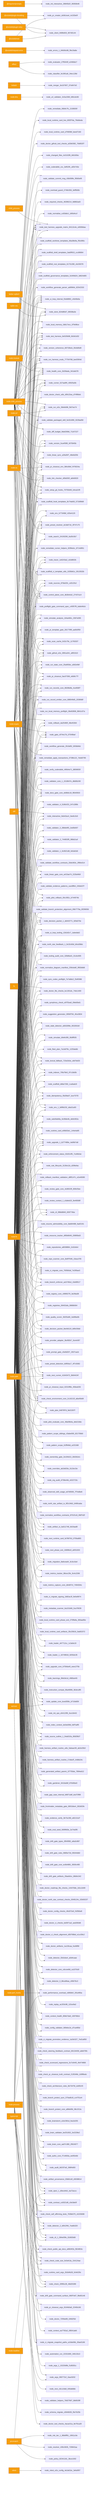
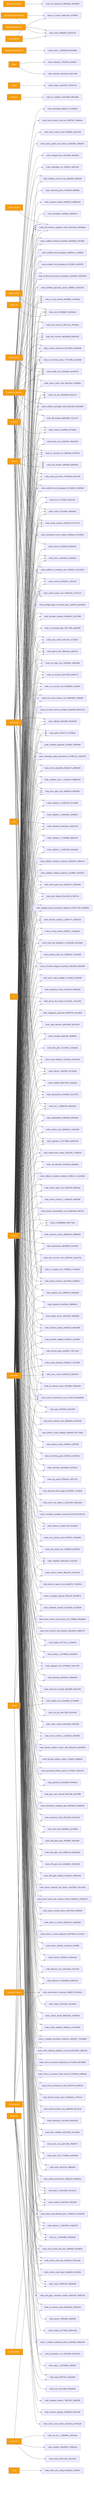
graph LR
  ext_inquirer_prompts_4d547149["@inquirer/prompts"] --> node_init_interactive_28845b2f_39350b46
  ext_octokit_plugin_retry_c9aecc53["@octokit/plugin-retry"] --> node_client_948fe603_907d5144
  ext_octokit_plugin_throttling_7909ece3["@octokit/plugin-throttling"] --> node_client_948fe603_907d5144
  ext_octokit_plugin_throttling_7909ece3["@octokit/plugin-throttling"] --> node_pr_creator_dc6b1ea4_4c333e0f
  ext_octokit_request_error_98ae13cc["@octokit/request-error"] --> node_errors_1_84b56c88_f9e19a8e
  ext_octokit_rest_c6e4d192["@octokit/rest"] --> node_client_948fe603_907d5144
  ext_octokit_rest_c6e4d192["@octokit/rest"] --> node_pr_creator_dc6b1ea4_4c333e0f
  ext_better_sqlite3_d7ed8f1a["better-sqlite3"] --> node_store_824d80d7_69038a3e
  ext_child_process_4845fa97["child_process"] --> node_test_harness_upgrade_matrix_84113c4e_e0838daa
  ext_diff_75a0ee1b["diff"] --> node_interactive_0eb42ac4_3ee6c3c6
  ext_effect_68d1dae1["effect"] --> node_classifier_fe1991a9_34ec128d
  ext_effect_68d1dae1["effect"] --> node_evaluator_27f6343f_e2466dc7
  ext_fs_3f4bb586["fs"] --> node_doctor_file_checks_bc1301dc_74dc1400
  ext_lodash_901466a5["lodash"] --> node_merger_3e167607_07e847e5
  ext_node_child_process_f62b7d19["node:child_process"] --> node_branch_enforcer_acb749cd_10e89517
  ext_node_child_process_f62b7d19["node:child_process"] --> node_changed_files_4c0102f6_bfd165bc
  ext_node_child_process_f62b7d19["node:child_process"] --> node_check_environment_core_2c16213f_a8a456d9
  ext_node_child_process_f62b7d19["node:child_process"] --> node_ci_migrate_core_7005b5af_7e295ae3
  ext_node_child_process_f62b7d19["node:child_process"] --> node_control_plane_core_db3b4cb2_27437a14
  ext_node_child_process_f62b7d19["node:child_process"] --> node_diff_budget_9da0268d_71167227
  ext_node_child_process_f62b7d19["node:child_process"] --> node_docs_gate_core_eb9b6c18_f8540503
  ext_node_child_process_f62b7d19["node:child_process"] --> node_doctor_check_utils_d0fc22ea_d74f86eb
  ext_node_child_process_f62b7d19["node:child_process"] --> node_doctor_github_tool_checks_a53b0382_76d832f7
  ext_node_child_process_f62b7d19["node:child_process"] --> node_github_e2e_2891a341_af6f1610
  ext_node_child_process_f62b7d19["node:child_process"] --> node_health_core_2b2fdada_341de678
  ext_node_child_process_f62b7d19["node:child_process"] --> node_linear_gate_core_a415ae74_222bd4b9
  ext_node_child_process_f62b7d19["node:child_process"] --> node_link_checker_d0fa555f_abfe9020
  ext_node_child_process_f62b7d19["node:child_process"] --> node_local_memory_0db17ecc_97fe98ce
  ext_node_child_process_f62b7d19["node:child_process"] --> node_local_runtime_card_d7fd59bf_beed7160
  ext_node_child_process_f62b7d19["node:child_process"] --> node_local_runtime_card_live_65f2f7da_7feb6eda
  ext_node_child_process_f62b7d19["node:child_process"] --> node_next_runner_41643472_9b94424f
  ext_node_child_process_f62b7d19["node:child_process"] --> node_pr_closeout_0ac07306_e8d9c77f
  ext_node_child_process_f62b7d19["node:child_process"] --> node_pr_closeout_env_9bfcd9ef_f476024a
  ext_node_child_process_f62b7d19["node:child_process"] --> node_remediate_06b9c7fc_2158505f
  ext_node_child_process_f62b7d19["node:child_process"] --> node_run_e2e_39efe696_fb07ee74
  ext_node_child_process_f62b7d19["node:child_process"] --> node_run_harness_evals_77704768_ba42904d
  ext_node_child_process_f62b7d19["node:child_process"] --> node_runner_527aa9f4_40925a5b
  ext_node_child_process_f62b7d19["node:child_process"] --> node_scaffold_hook_templates_8c74ab50_572d99d9
  ext_node_child_process_f62b7d19["node:child_process"] --> node_search_24193290_6a30c5b7
  ext_node_child_process_f62b7d19["node:child_process"] --> node_setup_git_hooks_70750d40_b4ca2cf9
  ext_node_child_process_f62b7d19["node:child_process"] --> node_test_harness_6e520b98_6b3d1d32
  ext_node_child_process_f62b7d19["node:child_process"] --> node_test_harness_upgrade_matrix_84113c4e_e0838daa
  ext_node_child_process_f62b7d19["node:child_process"] --> node_ui_loop_internal_f2eb8892_c4b49e6a
  ext_node_child_process_f62b7d19["node:child_process"] --> node_validate_commit_msg_43b008fe_f9560ef9
  ext_node_child_process_f62b7d19["node:child_process"] --> node_validate_packaged_skill_5e32c890_9228ad58
  ext_node_child_process_f62b7d19["node:child_process"] --> node_version_coherence_69733bcb_00c8d5d9
  ext_node_crypto_c7dfc512["node:crypto"] --> node_artifact_io_ba511748_6d1faad8
  ext_node_crypto_c7dfc512["node:crypto"] --> node_check_environment_core_2c16213f_a8a456d9
  ext_node_crypto_c7dfc512["node:crypto"] --> node_ci_migrate_signing_2d82ac3f_9e5e8974
  ext_node_crypto_c7dfc512["node:crypto"] --> node_control_plane_core_db3b4cb2_27437a14
  ext_node_crypto_c7dfc512["node:crypto"] --> node_decision_packet_1_dd443771_92fa570e
  ext_node_crypto_c7dfc512["node:crypto"] --> node_decision_packet_8ee9d119_b89c59dd
  ext_node_crypto_c7dfc512["node:crypto"] --> node_docs_gate_core_eb9b6c18_f8540503
  ext_node_crypto_c7dfc512["node:crypto"] --> node_enforcement_status_92d314f5_7cd48cbe
  ext_node_crypto_c7dfc512["node:crypto"] --> node_env_b77349bf_420e4120
  ext_node_crypto_c7dfc512["node:crypto"] --> node_gate_c974e17b_07549baf
  ext_node_crypto_c7dfc512["node:crypto"] --> node_idempotency_f5d39a07_bce757f2
  ext_node_crypto_c7dfc512["node:crypto"] --> node_indexer_70fa78e5_97c1bb0b
  ext_node_crypto_c7dfc512["node:crypto"] --> node_lexical_fallback_723e2b3e_cdb7bd33
  ext_node_crypto_c7dfc512["node:crypto"] --> node_linear_sync_a2fa2bf7_48e6d20b
  ext_node_crypto_c7dfc512["node:crypto"] --> node_link_checker_d0fa555f_abfe9020
  ext_node_crypto_c7dfc512["node:crypto"] --> node_migration_8a6cead4_3c3cc0a4
  ext_node_crypto_c7dfc512["node:crypto"] --> node_normalise_cc83ddc1_b95d4ccf
  ext_node_crypto_c7dfc512["node:crypto"] --> node_normalize_diagram_manifest_259cbddf_3f92b8d6
  ext_node_crypto_c7dfc512["node:crypto"] --> node_north_star_feedback_1_9c32c60d_b0cd38dc
  ext_node_crypto_c7dfc512["node:crypto"] --> node_pilot_rollback_00c1f82c_b744974b
  ext_node_crypto_c7dfc512["node:crypto"] --> node_preset_resolver_dc3dd716_3f747c75
  ext_node_crypto_c7dfc512["node:crypto"] --> node_remediate_apply_transactions_0738b122_7ebd0795
  ext_node_crypto_c7dfc512["node:crypto"] --> node_required_checks_46396214_9d882ad3
  ext_node_crypto_c7dfc512["node:crypto"] --> node_rollback_da25480f_48e45364
  ext_node_crypto_c7dfc512["node:crypto"] --> node_run_record_emitter_core_688049d5_2036fd6f
  ext_node_crypto_c7dfc512["node:crypto"] --> node_run_records_core_89286dfa_4ce958f7
  ext_node_crypto_c7dfc512["node:crypto"] --> node_run_state_core_25a955bc_a562e9bf
  ext_node_crypto_c7dfc512["node:crypto"] --> node_scan_cache_fc02c79c_11793337
  ext_node_crypto_c7dfc512["node:crypto"] --> node_simulate_analysis_164a460c_2367e095
  ext_node_crypto_c7dfc512["node:crypto"] --> node_sources_878a52fc_cd312fcd
  ext_node_crypto_c7dfc512["node:crypto"] --> node_test_harness_upgrade_matrix_84113c4e_e0838daa
  ext_node_crypto_c7dfc512["node:crypto"] --> node_tracer_1e6243a2_cb3d802b
  ext_node_crypto_c7dfc512["node:crypto"] --> node_ui_loop_internal_f2eb8892_c4b49e6a
  ext_node_crypto_c7dfc512["node:crypto"] --> node_upgrade_1_b277486e_4a06b7a8
  ext_node_dns_828a0bbf["node:dns"] --> node_url_validator_3c5a1568_b9b1dc66
  ext_node_fs_a15b7d96["node:fs"] --> node_artifact_io_ba511748_6d1faad8
  ext_node_fs_a15b7d96["node:fs"] --> node_artifact_provenance_03b81cbf_d3038614
  ext_node_fs_a15b7d96["node:fs"] --> node_audit_b81f37a0_398f4d93
  ext_node_fs_a15b7d96["node:fs"] --> node_authz_core_f714650a_ee0f2e9d
  ext_node_fs_a15b7d96["node:fs"] --> node_brain_core_aa07c380_2f924977
  ext_node_fs_a15b7d96["node:fs"] --> node_brain_validator_be251832_2e2228e2
  ext_node_fs_a15b7d96["node:fs"] --> node_brainstorm_e2e2381d_fea1b255
  ext_node_fs_a15b7d96["node:fs"] --> node_branch_enforcer_acb749cd_10e89517
  ext_node_fs_a15b7d96["node:fs"] --> node_branch_protect_core_a8feb0fd_38c1f12a
  ext_node_fs_a15b7d96["node:fs"] --> node_branch_protect_sync_570adb18_cc4751e4
  ext_node_fs_a15b7d96["node:fs"] --> node_check_20f65c28_48d25399
  ext_node_fs_a15b7d96["node:fs"] --> node_check_architecture_rules_6b7347fd_dc8f2cf3
  ext_node_fs_a15b7d96["node:fs"] --> node_check_code_size_9c5efc3a_154124ae
  ext_node_fs_a15b7d96["node:fs"] --> node_check_environment_core_2c16213f_a8a456d9
  ext_node_fs_a15b7d96["node:fs"] --> node_check_pr_closeout_truth_contract_f135348c_b39f6edc
  ext_node_fs_a15b7d96["node:fs"] --> node_check_public_api_docs_a9604f1b_f824853c
  ext_node_fs_a15b7d96["node:fs"] --> node_check_scorecard_regressions_5c7c6445_4b474868
  ext_node_fs_a15b7d96["node:fs"] --> node_check_self_affirming_tests_7638e575_c6155698
  ext_node_fs_a15b7d96["node:fs"] --> node_check_steering_feedback_contract_80134459_abb076fc
  ext_node_fs_a15b7d96["node:fs"] --> node_ci_migrate_core_7005b5af_7e295ae3
  ext_node_fs_a15b7d96["node:fs"] --> node_ci_migrate_promotion_evidence_1a2dc527_7ed1a850
  ext_node_fs_a15b7d96["node:fs"] --> node_cli_1_084e05fe_02d92b68
  ext_node_fs_a15b7d96["node:fs"] --> node_cli_99bb8840_659774ba
  ext_node_fs_a15b7d96["node:fs"] --> node_config_validator_669ebc2e_d7ca485d
  ext_node_fs_a15b7d96["node:fs"] --> node_context_health_80bb7da9_169768cb
  ext_node_fs_a15b7d96["node:fs"] --> node_contract_cc8321d6_c0e3de0f
  ext_node_fs_a15b7d96["node:fs"] --> node_control_plane_core_db3b4cb2_27437a14
  ext_node_fs_a15b7d96["node:fs"] --> node_decision_packet_1_dd443771_92fa570e
  ext_node_fs_a15b7d96["node:fs"] --> node_decision_packet_8ee9d119_b89c59dd
  ext_node_fs_a15b7d96["node:fs"] --> node_detector_2_b0fc2f46_7ea6b320
  ext_node_fs_a15b7d96["node:fs"] --> node_detector_3_86ca96aa_c95676c3
  ext_node_fs_a15b7d96["node:fs"] --> node_detector_core_cdccee8d_ca107dc8
  ext_node_fs_a15b7d96["node:fs"] --> node_detector_f2b3cbe4_a0d4caae
  ext_node_fs_a15b7d96["node:fs"] --> node_diff_budget_9da0268d_71167227
  ext_node_fs_a15b7d96["node:fs"] --> node_docs_gate_core_eb9b6c18_f8540503
  ext_node_fs_a15b7d96["node:fs"] --> node_doctor_artifacts_1a126caa_fcefdf99
  ext_node_fs_a15b7d96["node:fs"] --> node_doctor_check_utils_d0fc22ea_d74f86eb
  ext_node_fs_a15b7d96["node:fs"] --> node_doctor_ci_check_alignment_d50768bd_e1cc59c2
  ext_node_fs_a15b7d96["node:fs"] --> node_doctor_ci_checks_bd3971a2_aed260d6
  ext_node_fs_a15b7d96["node:fs"] --> node_doctor_config_checks_49c872e0_f42fb5e8
  ext_node_fs_a15b7d96["node:fs"] --> node_doctor_file_checks_bc1301dc_74dc1400
  ext_node_fs_a15b7d96["node:fs"] --> node_doctor_north_star_contract_checks_0048124c_02b00237
  ext_node_fs_a15b7d96["node:fs"] --> node_doctor_roadmap_file_checks_14447b8e_2d1c2d49
  ext_node_fs_a15b7d96["node:fs"] --> node_drift_gate_artifacts_29aeb0cc_86b9c342
  ext_node_fs_a15b7d96["node:fs"] --> node_drift_gate_core_ec6b4881_9500c485
  ext_node_fs_a15b7d96["node:fs"] --> node_drift_gate_rules_9685e72d_95044db0
  ext_node_fs_a15b7d96["node:fs"] --> node_drift_gate_types_3f045f82_a9a3c987
  ext_node_fs_a15b7d96["node:fs"] --> node_eject_1_d0ecd4d1_ba72accc
  ext_node_fs_a15b7d96["node:fs"] --> node_enforcement_status_92d314f5_7cd48cbe
  ext_node_fs_a15b7d96["node:fs"] --> node_env_1_b6f6b232_dda31a93
  ext_node_fs_a15b7d96["node:fs"] --> node_env_b77349bf_420e4120
  ext_node_fs_a15b7d96["node:fs"] --> node_eval_seed_5699fd3e_2a74a5f6
  ext_node_fs_a15b7d96["node:fs"] --> node_evidence_verify_3b73c290_e82131d7
  ext_node_fs_a15b7d96["node:fs"] --> node_fleet_plan_7a1dd79c_1225abdb
  ext_node_fs_a15b7d96["node:fs"] --> node_frontmatter_metadata_gate_6901bbe4_282d02fe
  ext_node_fs_a15b7d96["node:fs"] --> node_gap_case_internal_b9871ddf_dcd73f98
  ext_node_fs_a15b7d96["node:fs"] --> node_gardener_9416a9df_87b06be0
  ext_node_fs_a15b7d96["node:fs"] --> node_gate_c974e17b_07549baf
  ext_node_fs_a15b7d96["node:fs"] --> node_generated_artifact_parent_1f7755de_7894ed12
  ext_node_fs_a15b7d96["node:fs"] --> node_github_e2e_2891a341_af6f1610
  ext_node_fs_a15b7d96["node:fs"] --> node_harness_artifact_routine_17afacff_14dbb24c
  ext_node_fs_a15b7d96["node:fs"] --> node_harness_artifact_routine_utils_5abaac59_ab2e20b3
  ext_node_fs_a15b7d96["node:fs"] --> node_health_core_2b2fdada_341de678
  ext_node_fs_a15b7d96["node:fs"] --> node_idempotency_f5d39a07_bce757f2
  ext_node_fs_a15b7d96["node:fs"] --> node_index_context_de3ed39d_6df7adf5
  ext_node_fs_a15b7d96["node:fs"] --> node_indexer_70fa78e5_97c1bb0b
  ext_node_fs_a15b7d96["node:fs"] --> node_init_ops_e54123f9_3ce18443
  ext_node_fs_a15b7d96["node:fs"] --> node_instruction_compat_06a469fd_3b3e1df0
  ext_node_fs_a15b7d96["node:fs"] --> node_interactive_0eb42ac4_3ee6c3c6
  ext_node_fs_a15b7d96["node:fs"] --> node_learnings_9feb3e1d_4980a445
  ext_node_fs_a15b7d96["node:fs"] --> node_lexical_fallback_723e2b3e_cdb7bd33
  ext_node_fs_a15b7d96["node:fs"] --> node_linear_gate_core_a415ae74_222bd4b9
  ext_node_fs_a15b7d96["node:fs"] --> node_linear_sync_a2fa2bf7_48e6d20b
  ext_node_fs_a15b7d96["node:fs"] --> node_link_checker_d0fa555f_abfe9020
  ext_node_fs_a15b7d96["node:fs"] --> node_loader_1_16749818_9255dc35
  ext_node_fs_a15b7d96["node:fs"] --> node_loader_d47712cc_1c3a0e19
  ext_node_fs_a15b7d96["node:fs"] --> node_local_memory_0db17ecc_97fe98ce
  ext_node_fs_a15b7d96["node:fs"] --> node_local_runtime_card_artifacts_35c25816_0ad02372
  ext_node_fs_a15b7d96["node:fs"] --> node_local_runtime_card_phase_exit_275ffa9a_383aa95e
  ext_node_fs_a15b7d96["node:fs"] --> node_metadata_scanner_6a101b66_5ca79039
  ext_node_fs_a15b7d96["node:fs"] --> node_metrics_capture_core_db4bf7cf_7494304c
  ext_node_fs_a15b7d96["node:fs"] --> node_metrics_tracker_98cec29c_9c4c2266
  ext_node_fs_a15b7d96["node:fs"] --> node_migration_8a6cead4_3c3cc0a4
  ext_node_fs_a15b7d96["node:fs"] --> node_next_phase_exit_1fd996c9_a5f31003
  ext_node_fs_a15b7d96["node:fs"] --> node_next_runner_41643472_9b94424f
  ext_node_fs_a15b7d96["node:fs"] --> node_next_runtime_card_fa7867b3_0756a883
  ext_node_fs_a15b7d96["node:fs"] --> node_normalize_diagram_manifest_259cbddf_3f92b8d6
  ext_node_fs_a15b7d96["node:fs"] --> node_normalize_workflow_contracts_8701f1c8_0fdf7d2f
  ext_node_fs_a15b7d96["node:fs"] --> node_north_star_artifact_io_9f2c34b2_6490caba
  ext_node_fs_a15b7d96["node:fs"] --> node_north_star_feedback_1_9c32c60d_b0cd38dc
  ext_node_fs_a15b7d96["node:fs"] --> node_observed_skill_usage_ed7d5930_7f7edbe6
  ext_node_fs_a15b7d96["node:fs"] --> node_org_audit_d739e44b_e522723c
  ext_node_fs_a15b7d96["node:fs"] --> node_overrides_ab2dd33e_6115e15e
  ext_node_fs_a15b7d96["node:fs"] --> node_ownership_gate_2e194d13_2b02b2e1
  ext_node_fs_a15b7d96["node:fs"] --> node_pattern_scope_61ff946d_a1f21fd8
  ext_node_fs_a15b7d96["node:fs"] --> node_pattern_scope_siblings_43abe000_821756b0
  ext_node_fs_a15b7d96["node:fs"] --> node_pilot_evaluate_core_48a59b4a_deb218dc
  ext_node_fs_a15b7d96["node:fs"] --> node_pilot_rollback_00c1f82c_b744974b
  ext_node_fs_a15b7d96["node:fs"] --> node_plan_64879f7d_9e01597f
  ext_node_fs_a15b7d96["node:fs"] --> node_pr_closeout_0ac07306_e8d9c77f
  ext_node_fs_a15b7d96["node:fs"] --> node_pr_closeout_env_9bfcd9ef_f476024a
  ext_node_fs_a15b7d96["node:fs"] --> node_pr_closeout_input_02319f8e_456ea535
  ext_node_fs_a15b7d96["node:fs"] --> node_pr_template_gate_281778f9_aa0b3f59
  ext_node_fs_a15b7d96["node:fs"] --> node_preflight_gate_command_spec_c45f57f0_bdeb46cb
  ext_node_fs_a15b7d96["node:fs"] --> node_preset_detection_b0f00a17_4f7c5082
  ext_node_fs_a15b7d96["node:fs"] --> node_preset_resolver_dc3dd716_3f747c75
  ext_node_fs_a15b7d96["node:fs"] --> node_prompt_gate_c5e9d207_2927cacb
  ext_node_fs_a15b7d96["node:fs"] --> node_provider_adapter_3bcf82b7_3ce4cf67
  ext_node_fs_a15b7d96["node:fs"] --> node_quality_scorer_362f2a90_2a086a0b
  ext_node_fs_a15b7d96["node:fs"] --> node_registries_06402afa_0868b564
  ext_node_fs_a15b7d96["node:fs"] --> node_registry_core_c9990279_3e2fda38
  ext_node_fs_a15b7d96["node:fs"] --> node_remediate_apply_transactions_0738b122_7ebd0795
  ext_node_fs_a15b7d96["node:fs"] --> node_remediate_runner_helpers_929fedcc_8714d951
  ext_node_fs_a15b7d96["node:fs"] --> node_repo_scanner_core_8e9f7646_10aca705
  ext_node_fs_a15b7d96["node:fs"] --> node_repositories_a8038884_2c62efe4
  ext_node_fs_a15b7d96["node:fs"] --> node_resource_tracker_d95b6649_20895bd3
  ext_node_fs_a15b7d96["node:fs"] --> node_resume_admissibility_core_8ab84488_faaf2191
  ext_node_fs_a15b7d96["node:fs"] --> node_review_context_1_e3afed15_9e46568f
  ext_node_fs_a15b7d96["node:fs"] --> node_review_gate_core_4c8001f9_809cf3ee
  ext_node_fs_a15b7d96["node:fs"] --> node_rollback_da25480f_48e45364
  ext_node_fs_a15b7d96["node:fs"] --> node_rollback_manifest_validation_d8f5147c_e2e46585
  ext_node_fs_a15b7d96["node:fs"] --> node_rule_lifecycle_3130e11b_d296efac
  ext_node_fs_a15b7d96["node:fs"] --> node_run_e2e_39efe696_fb07ee74
  ext_node_fs_a15b7d96["node:fs"] --> node_run_harness_evals_77704768_ba42904d
  ext_node_fs_a15b7d96["node:fs"] --> node_run_record_emitter_core_688049d5_2036fd6f
  ext_node_fs_a15b7d96["node:fs"] --> node_run_records_core_89286dfa_4ce958f7
  ext_node_fs_a15b7d96["node:fs"] --> node_run_state_core_25a955bc_a562e9bf
  ext_node_fs_a15b7d96["node:fs"] --> node_runner_527aa9f4_40925a5b
  ext_node_fs_a15b7d96["node:fs"] --> node_runtime_card_e06b53e1_144e4a95
  ext_node_fs_a15b7d96["node:fs"] --> node_satisfiability_6c08de4b_de8c902a
  ext_node_fs_a15b7d96["node:fs"] --> node_scaffold_ci_template_utils_1035b61c_0513532b
  ext_node_fs_a15b7d96["node:fs"] --> node_scaffold_db8a7260_1ca6adc9
  ext_node_fs_a15b7d96["node:fs"] --> node_scaffold_governance_templates_5c949d24_3d624d65
  ext_node_fs_a15b7d96["node:fs"] --> node_scaffold_hook_templates_8c74ab50_572d99d9
  ext_node_fs_a15b7d96["node:fs"] --> node_scaffold_root_templates_61731280_c6c59378
  ext_node_fs_a15b7d96["node:fs"] --> node_scaffold_shell_templates_0ad0f915_ccc86664
  ext_node_fs_a15b7d96["node:fs"] --> node_scaffold_worktree_templates_66a38e9a_ff3c085c
  ext_node_fs_a15b7d96["node:fs"] --> node_scan_cache_fc02c79c_11793337
  ext_node_fs_a15b7d96["node:fs"] --> node_setup_git_hooks_70750d40_b4ca2cf9
  ext_node_fs_a15b7d96["node:fs"] --> node_simulate_analysis_164a460c_2367e095
  ext_node_fs_a15b7d96["node:fs"] --> node_simulate_b9efe395_90dff935
  ext_node_fs_a15b7d96["node:fs"] --> node_source_outline_1_54a631fa_8582fb07
  ext_node_fs_a15b7d96["node:fs"] --> node_sources_878a52fc_cd312fcd
  ext_node_fs_a15b7d96["node:fs"] --> node_stale_detector_a563289e_653281b0
  ext_node_fs_a15b7d96["node:fs"] --> node_store_824d80d7_69038a3e
  ext_node_fs_a15b7d96["node:fs"] --> node_suggestion_generator_0956f794_4fce3834
  ext_node_fs_a15b7d96["node:fs"] --> node_symphony_check_e97f2ea0_09eb5bd1
  ext_node_fs_a15b7d96["node:fs"] --> node_sync_codex_preflight_7e7a8dc2_f2ef0386
  ext_node_fs_a15b7d96["node:fs"] --> node_test_harness_6e520b98_6b3d1d32
  ext_node_fs_a15b7d96["node:fs"] --> node_test_harness_upgrade_matrix_84113c4e_e0838daa
  ext_node_fs_a15b7d96["node:fs"] --> node_tooling_audit_core_328d6a41_01cbc905
  ext_node_fs_a15b7d96["node:fs"] --> node_tracer_1e6243a2_cb3d802b
  ext_node_fs_a15b7d96["node:fs"] --> node_ui_loop_internal_f2eb8892_c4b49e6a
  ext_node_fs_a15b7d96["node:fs"] --> node_ui_loop_tooling_12b2d2c7_1abedab2
  ext_node_fs_a15b7d96["node:fs"] --> node_update_core_bced358c_b710dd59
  ext_node_fs_a15b7d96["node:fs"] --> node_upgrade_1_b277486e_4a06b7a8
  ext_node_fs_a15b7d96["node:fs"] --> node_upgrade_core_b759da40_eeec275b
  ext_node_fs_a15b7d96["node:fs"] --> node_validate_branch_protection_alignment_09b7779a_6f299056
  ext_node_fs_a15b7d96["node:fs"] --> node_validate_commit_msg_43b008fe_f9560ef9
  ext_node_fs_a15b7d96["node:fs"] --> node_validate_evidence_patterns_cacd9fb4_240eb37f
  ext_node_fs_a15b7d96["node:fs"] --> node_validate_packaged_skill_5e32c890_9228ad58
  ext_node_fs_a15b7d96["node:fs"] --> node_validate_workflow_contracts_33dc063c_2f80e314
  ext_node_fs_a15b7d96["node:fs"] --> node_validator_1_0c0621d8_0e5afcb6
  ext_node_fs_a15b7d96["node:fs"] --> node_validator_2_744853f5_98bb2caf
  ext_node_fs_a15b7d96["node:fs"] --> node_validator_3_28b6e9f3_2ed5b007
  ext_node_fs_a15b7d96["node:fs"] --> node_validator_4_5180cf23_247c289b
  ext_node_fs_a15b7d96["node:fs"] --> node_validator_core_1_1518647e_d8d0b249
  ext_node_fs_a15b7d96["node:fs"] --> node_verify_coderabbit_490b4e71_8859655f
  ext_node_fs_a15b7d96["node:fs"] --> node_version_5ca4f385_fd75945b
  ext_node_fs_a15b7d96["node:fs"] --> node_version_coherence_69733bcb_00c8d5d9
  ext_node_fs_a15b7d96["node:fs"] --> node_workflow_generate_2fc0af62_803bbfeb
  ext_node_fs_a15b7d96["node:fs"] --> node_workflow_generate_parser_ad69fefe_62542333
  ext_node_module_ca1b42af["node:module"] --> node_health_core_2b2fdada_341de678
  ext_node_os_d93fe73a["node:os"] --> node_env_1_b6f6b232_dda31a93
  ext_node_os_d93fe73a["node:os"] --> node_github_e2e_2891a341_af6f1610
  ext_node_os_d93fe73a["node:os"] --> node_link_checker_d0fa555f_abfe9020
  ext_node_os_d93fe73a["node:os"] --> node_overload_guard_2748c559_3eff560b
  ext_node_os_d93fe73a["node:os"] --> node_performance_overload_c685bfcf_291ef65a
  ext_node_os_d93fe73a["node:os"] --> node_pr_closeout_env_9bfcd9ef_f476024a
-   ext_node_os_d93fe73a["node:os"] --> node_runner_527aa9f4_40925a5b
  ext_node_os_d93fe73a["node:os"] --> node_test_harness_6e520b98_6b3d1d32
  ext_node_os_d93fe73a["node:os"] --> node_test_harness_upgrade_matrix_84113c4e_e0838daa
  ext_node_path_78811c13["node:path"] --> node_args_090772cf_1bac9202
  ext_node_path_78811c13["node:path"] --> node_args_1_15220d9b_f1d9281c
  ext_node_path_78811c13["node:path"] --> node_artifact_io_ba511748_6d1faad8
  ext_node_path_78811c13["node:path"] --> node_artifact_provenance_03b81cbf_d3038614
  ext_node_path_78811c13["node:path"] --> node_audit_b81f37a0_398f4d93
  ext_node_path_78811c13["node:path"] --> node_authz_core_f714650a_ee0f2e9d
  ext_node_path_78811c13["node:path"] --> node_automation_run_22331800_346133c3
  ext_node_path_78811c13["node:path"] --> node_brain_core_aa07c380_2f924977
  ext_node_path_78811c13["node:path"] --> node_brain_validator_be251832_2e2228e2
  ext_node_path_78811c13["node:path"] --> node_brainstorm_e2e2381d_fea1b255
  ext_node_path_78811c13["node:path"] --> node_branch_enforcer_acb749cd_10e89517
  ext_node_path_78811c13["node:path"] --> node_branch_protect_core_a8feb0fd_38c1f12a
  ext_node_path_78811c13["node:path"] --> node_branch_protect_sync_570adb18_cc4751e4
  ext_node_path_78811c13["node:path"] --> node_check_20f65c28_48d25399
  ext_node_path_78811c13["node:path"] --> node_check_architecture_rules_6b7347fd_dc8f2cf3
  ext_node_path_78811c13["node:path"] --> node_check_code_size_9c5efc3a_154124ae
  ext_node_path_78811c13["node:path"] --> node_check_environment_core_2c16213f_a8a456d9
  ext_node_path_78811c13["node:path"] --> node_check_pr_closeout_truth_contract_f135348c_b39f6edc
  ext_node_path_78811c13["node:path"] --> node_check_public_api_docs_a9604f1b_f824853c
  ext_node_path_78811c13["node:path"] --> node_check_scorecard_regressions_5c7c6445_4b474868
  ext_node_path_78811c13["node:path"] --> node_check_self_affirming_tests_7638e575_c6155698
  ext_node_path_78811c13["node:path"] --> node_check_steering_feedback_contract_80134459_abb076fc
  ext_node_path_78811c13["node:path"] --> node_ci_migrate_core_7005b5af_7e295ae3
  ext_node_path_78811c13["node:path"] --> node_ci_migrate_promotion_evidence_1a2dc527_7ed1a850
  ext_node_path_78811c13["node:path"] --> node_ci_migrate_snapshot_paths_a10de06b_30ae5166
  ext_node_path_78811c13["node:path"] --> node_cli_1_084e05fe_02d92b68
  ext_node_path_78811c13["node:path"] --> node_cli_99bb8840_659774ba
  ext_node_path_78811c13["node:path"] --> node_config_validator_669ebc2e_d7ca485d
  ext_node_path_78811c13["node:path"] --> node_context_ea7792a2_08541ab6
  ext_node_path_78811c13["node:path"] --> node_context_health_80bb7da9_169768cb
  ext_node_path_78811c13["node:path"] --> node_contract_cc8321d6_c0e3de0f
  ext_node_path_78811c13["node:path"] --> node_control_plane_core_db3b4cb2_27437a14
  ext_node_path_78811c13["node:path"] --> node_decision_packet_1_dd443771_92fa570e
  ext_node_path_78811c13["node:path"] --> node_decision_packet_8ee9d119_b89c59dd
  ext_node_path_78811c13["node:path"] --> node_detector_2_b0fc2f46_7ea6b320
  ext_node_path_78811c13["node:path"] --> node_detector_3_86ca96aa_c95676c3
  ext_node_path_78811c13["node:path"] --> node_detector_core_cdccee8d_ca107dc8
  ext_node_path_78811c13["node:path"] --> node_detector_f2b3cbe4_a0d4caae
  ext_node_path_78811c13["node:path"] --> node_docs_gate_core_eb9b6c18_f8540503
  ext_node_path_78811c13["node:path"] --> node_doctor_72f4be89_04fd2f3d
  ext_node_path_78811c13["node:path"] --> node_doctor_artifacts_1a126caa_fcefdf99
  ext_node_path_78811c13["node:path"] --> node_doctor_ci_check_alignment_d50768bd_e1cc59c2
  ext_node_path_78811c13["node:path"] --> node_doctor_ci_checks_bd3971a2_aed260d6
  ext_node_path_78811c13["node:path"] --> node_doctor_config_checks_49c872e0_f42fb5e8
  ext_node_path_78811c13["node:path"] --> node_doctor_file_checks_bc1301dc_74dc1400
  ext_node_path_78811c13["node:path"] --> node_doctor_north_star_contract_checks_0048124c_02b00237
  ext_node_path_78811c13["node:path"] --> node_doctor_roadmap_file_checks_14447b8e_2d1c2d49
  ext_node_path_78811c13["node:path"] --> node_drift_gate_artifacts_29aeb0cc_86b9c342
  ext_node_path_78811c13["node:path"] --> node_drift_gate_command_surface_060f7e67_f8e83146
  ext_node_path_78811c13["node:path"] --> node_drift_gate_core_ec6b4881_9500c485
  ext_node_path_78811c13["node:path"] --> node_drift_gate_rules_9685e72d_95044db0
  ext_node_path_78811c13["node:path"] --> node_drift_gate_types_3f045f82_a9a3c987
  ext_node_path_78811c13["node:path"] --> node_eject_1_d0ecd4d1_ba72accc
  ext_node_path_78811c13["node:path"] --> node_enforcement_status_92d314f5_7cd48cbe
  ext_node_path_78811c13["node:path"] --> node_env_1_b6f6b232_dda31a93
  ext_node_path_78811c13["node:path"] --> node_eval_seed_5699fd3e_2a74a5f6
  ext_node_path_78811c13["node:path"] --> node_evidence_verify_3b73c290_e82131d7
  ext_node_path_78811c13["node:path"] --> node_frontmatter_metadata_gate_6901bbe4_282d02fe
  ext_node_path_78811c13["node:path"] --> node_gap_case_internal_b9871ddf_dcd73f98
  ext_node_path_78811c13["node:path"] --> node_gardener_9416a9df_87b06be0
  ext_node_path_78811c13["node:path"] --> node_gate_c974e17b_07549baf
  ext_node_path_78811c13["node:path"] --> node_generated_artifact_parent_1f7755de_7894ed12
  ext_node_path_78811c13["node:path"] --> node_github_e2e_2891a341_af6f1610
  ext_node_path_78811c13["node:path"] --> node_harness_artifact_routine_17afacff_14dbb24c
  ext_node_path_78811c13["node:path"] --> node_harness_artifact_routine_utils_5abaac59_ab2e20b3
  ext_node_path_78811c13["node:path"] --> node_health_core_2b2fdada_341de678
  ext_node_path_78811c13["node:path"] --> node_idempotency_f5d39a07_bce757f2
  ext_node_path_78811c13["node:path"] --> node_index_context_de3ed39d_6df7adf5
  ext_node_path_78811c13["node:path"] --> node_indexer_70fa78e5_97c1bb0b
  ext_node_path_78811c13["node:path"] --> node_init_ops_e54123f9_3ce18443
  ext_node_path_78811c13["node:path"] --> node_instruction_compat_06a469fd_3b3e1df0
  ext_node_path_78811c13["node:path"] --> node_interactive_0eb42ac4_3ee6c3c6
  ext_node_path_78811c13["node:path"] --> node_learnings_9feb3e1d_4980a445
  ext_node_path_78811c13["node:path"] --> node_lexical_fallback_723e2b3e_cdb7bd33
  ext_node_path_78811c13["node:path"] --> node_linear_gate_core_a415ae74_222bd4b9
  ext_node_path_78811c13["node:path"] --> node_link_checker_d0fa555f_abfe9020
  ext_node_path_78811c13["node:path"] --> node_loader_1_16749818_9255dc35
  ext_node_path_78811c13["node:path"] --> node_loader_d47712cc_1c3a0e19
  ext_node_path_78811c13["node:path"] --> node_local_runtime_card_artifacts_35c25816_0ad02372
  ext_node_path_78811c13["node:path"] --> node_local_runtime_card_phase_exit_275ffa9a_383aa95e
  ext_node_path_78811c13["node:path"] --> node_metadata_scanner_6a101b66_5ca79039
  ext_node_path_78811c13["node:path"] --> node_metrics_capture_core_db4bf7cf_7494304c
  ext_node_path_78811c13["node:path"] --> node_metrics_tracker_98cec29c_9c4c2266
  ext_node_path_78811c13["node:path"] --> node_migration_8a6cead4_3c3cc0a4
  ext_node_path_78811c13["node:path"] --> node_next_phase_exit_1fd996c9_a5f31003
  ext_node_path_78811c13["node:path"] --> node_next_runner_41643472_9b94424f
  ext_node_path_78811c13["node:path"] --> node_next_runtime_card_fa7867b3_0756a883
  ext_node_path_78811c13["node:path"] --> node_normalize_diagram_manifest_259cbddf_3f92b8d6
  ext_node_path_78811c13["node:path"] --> node_normalize_workflow_contracts_8701f1c8_0fdf7d2f
  ext_node_path_78811c13["node:path"] --> node_north_star_artifact_io_9f2c34b2_6490caba
  ext_node_path_78811c13["node:path"] --> node_north_star_feedback_1_9c32c60d_b0cd38dc
  ext_node_path_78811c13["node:path"] --> node_observed_skill_usage_ed7d5930_7f7edbe6
  ext_node_path_78811c13["node:path"] --> node_org_audit_d739e44b_e522723c
  ext_node_path_78811c13["node:path"] --> node_overrides_ab2dd33e_6115e15e
  ext_node_path_78811c13["node:path"] --> node_ownership_gate_2e194d13_2b02b2e1
  ext_node_path_78811c13["node:path"] --> node_pattern_scope_61ff946d_a1f21fd8
  ext_node_path_78811c13["node:path"] --> node_pattern_scope_siblings_43abe000_821756b0
  ext_node_path_78811c13["node:path"] --> node_pilot_evaluate_core_48a59b4a_deb218dc
  ext_node_path_78811c13["node:path"] --> node_pilot_rollback_00c1f82c_b744974b
  ext_node_path_78811c13["node:path"] --> node_plan_64879f7d_9e01597f
  ext_node_path_78811c13["node:path"] --> node_pr_closeout_0ac07306_e8d9c77f
  ext_node_path_78811c13["node:path"] --> node_pr_closeout_args_8164b0a8_2240b166
  ext_node_path_78811c13["node:path"] --> node_pr_closeout_env_9bfcd9ef_f476024a
  ext_node_path_78811c13["node:path"] --> node_pr_closeout_input_02319f8e_456ea535
  ext_node_path_78811c13["node:path"] --> node_preset_detection_b0f00a17_4f7c5082
  ext_node_path_78811c13["node:path"] --> node_preset_resolver_dc3dd716_3f747c75
  ext_node_path_78811c13["node:path"] --> node_prompt_gate_c5e9d207_2927cacb
  ext_node_path_78811c13["node:path"] --> node_provider_adapter_3bcf82b7_3ce4cf67
  ext_node_path_78811c13["node:path"] --> node_quality_scorer_362f2a90_2a086a0b
  ext_node_path_78811c13["node:path"] --> node_registries_06402afa_0868b564
  ext_node_path_78811c13["node:path"] --> node_registry_core_c9990279_3e2fda38
  ext_node_path_78811c13["node:path"] --> node_remediate_apply_transactions_0738b122_7ebd0795
  ext_node_path_78811c13["node:path"] --> node_replay_ac203c98_115ce9a2
  ext_node_path_78811c13["node:path"] --> node_repo_scanner_core_8e9f7646_10aca705
  ext_node_path_78811c13["node:path"] --> node_repositories_a8038884_2c62efe4
  ext_node_path_78811c13["node:path"] --> node_resource_tracker_d95b6649_20895bd3
  ext_node_path_78811c13["node:path"] --> node_resume_admissibility_core_8ab84488_faaf2191
  ext_node_path_78811c13["node:path"] --> node_review_context_1_e3afed15_9e46568f
  ext_node_path_78811c13["node:path"] --> node_review_gate_core_4c8001f9_809cf3ee
  ext_node_path_78811c13["node:path"] --> node_rollback_da25480f_48e45364
  ext_node_path_78811c13["node:path"] --> node_rollback_manifest_validation_d8f5147c_e2e46585
  ext_node_path_78811c13["node:path"] --> node_rule_lifecycle_3130e11b_d296efac
  ext_node_path_78811c13["node:path"] --> node_run_e2e_39efe696_fb07ee74
  ext_node_path_78811c13["node:path"] --> node_run_harness_evals_77704768_ba42904d
  ext_node_path_78811c13["node:path"] --> node_run_local_memory_preflight_36e92808_9841c57a
  ext_node_path_78811c13["node:path"] --> node_run_record_emitter_core_688049d5_2036fd6f
  ext_node_path_78811c13["node:path"] --> node_run_records_core_89286dfa_4ce958f7
  ext_node_path_78811c13["node:path"] --> node_run_state_core_25a955bc_a562e9bf
  ext_node_path_78811c13["node:path"] --> node_runner_527aa9f4_40925a5b
  ext_node_path_78811c13["node:path"] --> node_runtime_card_args_2b3d4b28_5cfe029c
  ext_node_path_78811c13["node:path"] --> node_runtime_card_e06b53e1_144e4a95
  ext_node_path_78811c13["node:path"] --> node_satisfiability_6c08de4b_de8c902a
  ext_node_path_78811c13["node:path"] --> node_scaffold_ci_template_utils_1035b61c_0513532b
  ext_node_path_78811c13["node:path"] --> node_scaffold_db8a7260_1ca6adc9
  ext_node_path_78811c13["node:path"] --> node_scaffold_hook_templates_8c74ab50_572d99d9
  ext_node_path_78811c13["node:path"] --> node_scan_cache_fc02c79c_11793337
  ext_node_path_78811c13["node:path"] --> node_search_24193290_6a30c5b7
  ext_node_path_78811c13["node:path"] --> node_setup_git_hooks_70750d40_b4ca2cf9
  ext_node_path_78811c13["node:path"] --> node_simulate_analysis_164a460c_2367e095
  ext_node_path_78811c13["node:path"] --> node_simulate_b9efe395_90dff935
  ext_node_path_78811c13["node:path"] --> node_source_outline_1_54a631fa_8582fb07
  ext_node_path_78811c13["node:path"] --> node_sources_878a52fc_cd312fcd
  ext_node_path_78811c13["node:path"] --> node_stale_detector_a563289e_653281b0
  ext_node_path_78811c13["node:path"] --> node_store_824d80d7_69038a3e
  ext_node_path_78811c13["node:path"] --> node_suggestion_generator_0956f794_4fce3834
  ext_node_path_78811c13["node:path"] --> node_symphony_check_e97f2ea0_09eb5bd1
  ext_node_path_78811c13["node:path"] --> node_sync_codex_preflight_7e7a8dc2_f2ef0386
  ext_node_path_78811c13["node:path"] --> node_test_harness_6e520b98_6b3d1d32
  ext_node_path_78811c13["node:path"] --> node_test_harness_upgrade_matrix_84113c4e_e0838daa
  ext_node_path_78811c13["node:path"] --> node_tooling_audit_core_328d6a41_01cbc905
  ext_node_path_78811c13["node:path"] --> node_tracer_1e6243a2_cb3d802b
  ext_node_path_78811c13["node:path"] --> node_ui_loop_internal_f2eb8892_c4b49e6a
  ext_node_path_78811c13["node:path"] --> node_ui_loop_tooling_12b2d2c7_1abedab2
  ext_node_path_78811c13["node:path"] --> node_update_core_bced358c_b710dd59
  ext_node_path_78811c13["node:path"] --> node_upgrade_1_b277486e_4a06b7a8
  ext_node_path_78811c13["node:path"] --> node_upgrade_core_b759da40_eeec275b
  ext_node_path_78811c13["node:path"] --> node_validate_branch_protection_alignment_09b7779a_6f299056
  ext_node_path_78811c13["node:path"] --> node_validate_evidence_patterns_cacd9fb4_240eb37f
  ext_node_path_78811c13["node:path"] --> node_validate_packaged_skill_5e32c890_9228ad58
  ext_node_path_78811c13["node:path"] --> node_validate_workflow_contracts_33dc063c_2f80e314
  ext_node_path_78811c13["node:path"] --> node_validator_1_0c0621d8_0e5afcb6
  ext_node_path_78811c13["node:path"] --> node_validator_2_744853f5_98bb2caf
  ext_node_path_78811c13["node:path"] --> node_validator_3_28b6e9f3_2ed5b007
  ext_node_path_78811c13["node:path"] --> node_validator_4_5180cf23_247c289b
  ext_node_path_78811c13["node:path"] --> node_validator_core_1_1518647e_d8d0b249
  ext_node_path_78811c13["node:path"] --> node_verify_coderabbit_490b4e71_8859655f
  ext_node_path_78811c13["node:path"] --> node_version_5ca4f385_fd75945b
  ext_node_path_78811c13["node:path"] --> node_version_coherence_69733bcb_00c8d5d9
  ext_node_path_78811c13["node:path"] --> node_workflow_generate_2fc0af62_803bbfeb
  ext_node_perf_hooks_906292ff["node:perf_hooks"] --> node_performance_overload_c685bfcf_291ef65a
  ext_node_process_00cdf119["node:process"] --> node_args_090772cf_1bac9202
  ext_node_process_00cdf119["node:process"] --> node_check_20f65c28_48d25399
  ext_node_process_00cdf119["node:process"] --> node_ci_migrate_core_7005b5af_7e295ae3
  ext_node_process_00cdf119["node:process"] --> node_ci_migrate_signing_2d82ac3f_9e5e8974
  ext_node_process_00cdf119["node:process"] --> node_cli_1_084e05fe_02d92b68
  ext_node_process_00cdf119["node:process"] --> node_contract_cc8321d6_c0e3de0f
  ext_node_process_00cdf119["node:process"] --> node_next_c6c1c9a9_040a8dbb
  ext_node_process_00cdf119["node:process"] --> node_next_runner_41643472_9b94424f
  ext_node_process_00cdf119["node:process"] --> node_performance_overload_c685bfcf_291ef65a
  ext_node_process_00cdf119["node:process"] --> node_pr_closeout_args_8164b0a8_2240b166
  ext_node_process_00cdf119["node:process"] --> node_runtime_card_args_2b3d4b28_5cfe029c
  ext_node_process_00cdf119["node:process"] --> node_upgrade_core_b759da40_eeec275b
  ext_node_readline_bb6096cc["node:readline"] --> node_eject_1_d0ecd4d1_ba72accc
  ext_node_url_d0cb3ad7["node:url"] --> node_ci_migrate_core_7005b5af_7e295ae3
  ext_node_url_d0cb3ad7["node:url"] --> node_cli_99bb8840_659774ba
  ext_node_url_d0cb3ad7["node:url"] --> node_coderabbit_csv_3ef61ffc_af2b743e
  ext_node_url_d0cb3ad7["node:url"] --> node_control_plane_core_db3b4cb2_27437a14
  ext_node_url_d0cb3ad7["node:url"] --> node_decision_packet_1_dd443771_92fa570e
  ext_node_url_d0cb3ad7["node:url"] --> node_gate_c974e17b_07549baf
  ext_node_url_d0cb3ad7["node:url"] --> node_health_core_2b2fdada_341de678
  ext_node_url_d0cb3ad7["node:url"] --> node_preset_resolver_dc3dd716_3f747c75
  ext_node_url_d0cb3ad7["node:url"] --> node_run_e2e_39efe696_fb07ee74
  ext_node_url_d0cb3ad7["node:url"] --> node_run_harness_evals_77704768_ba42904d
  ext_node_url_d0cb3ad7["node:url"] --> node_run_local_memory_preflight_36e92808_9841c57a
  ext_node_url_d0cb3ad7["node:url"] --> node_scaffold_ci_template_utils_1035b61c_0513532b
  ext_node_url_d0cb3ad7["node:url"] --> node_scaffold_governance_templates_5c949d24_3d624d65
  ext_node_url_d0cb3ad7["node:url"] --> node_scaffold_root_templates_61731280_c6c59378
  ext_node_url_d0cb3ad7["node:url"] --> node_scaffold_shell_templates_0ad0f915_ccc86664
  ext_node_url_d0cb3ad7["node:url"] --> node_scaffold_worktree_templates_66a38e9a_ff3c085c
  ext_node_url_d0cb3ad7["node:url"] --> node_test_harness_upgrade_matrix_84113c4e_e0838daa
  ext_node_url_d0cb3ad7["node:url"] --> node_ui_loop_internal_f2eb8892_c4b49e6a
  ext_node_url_d0cb3ad7["node:url"] --> node_version_5ca4f385_fd75945b
  ext_picomatch_2ebdbf14["picomatch"] --> node_detector_2_b0fc2f46_7ea6b320
  ext_picomatch_2ebdbf14["picomatch"] --> node_policy_823412d1_3bce1002
  ext_picomatch_2ebdbf14["picomatch"] --> node_resolver_439c3635_729842aa
  ext_picomatch_2ebdbf14["picomatch"] --> node_risk_tier_1_96b6ff91_19911c0e
  ext_semver_b4039641["semver"] --> node_check_environment_core_2c16213f_a8a456d9
  ext_semver_b4039641["semver"] --> node_doctor_tool_checks_4acac51a_9e791a28
  ext_semver_b4039641["semver"] --> node_migration_8a6cead4_3c3cc0a4
  ext_semver_b4039641["semver"] --> node_schema_migrate_c0646635_f0e7b25b
  ext_semver_b4039641["semver"] --> node_update_core_bced358c_b710dd59
  ext_semver_b4039641["semver"] --> node_upgrade_1_b277486e_4a06b7a8
  ext_semver_b4039641["semver"] --> node_validator_helpers_7b927667_8b691f8f
  ext_sqlite_vec_bae73cf2["sqlite-vec"] --> node_store_824d80d7_69038a3e
  ext_typescript_fb9da861["typescript"] --> node_check_code_size_9c5efc3a_154124ae
  ext_typescript_fb9da861["typescript"] --> node_check_public_api_docs_a9604f1b_f824853c
  ext_typescript_fb9da861["typescript"] --> node_check_self_affirming_tests_7638e575_c6155698
  ext_typescript_fb9da861["typescript"] --> node_source_outline_1_54a631fa_8582fb07
  ext_vitest_4c9cfa13["vitest"] --> node_vitest_e2e_config_4e2a61bc_3efa3f07
  style ext_better_sqlite3_d7ed8f1a fill:#f59e0b,color:#fff
  style ext_child_process_4845fa97 fill:#f59e0b,color:#fff
  style ext_diff_75a0ee1b fill:#f59e0b,color:#fff
  style ext_effect_68d1dae1 fill:#f59e0b,color:#fff
  style ext_fs_3f4bb586 fill:#f59e0b,color:#fff
  style ext_inquirer_prompts_4d547149 fill:#f59e0b,color:#fff
  style ext_lodash_901466a5 fill:#f59e0b,color:#fff
  style ext_node_child_process_f62b7d19 fill:#f59e0b,color:#fff
  style ext_node_crypto_c7dfc512 fill:#f59e0b,color:#fff
  style ext_node_dns_828a0bbf fill:#f59e0b,color:#fff
  style ext_node_fs_a15b7d96 fill:#f59e0b,color:#fff
  style ext_node_module_ca1b42af fill:#f59e0b,color:#fff
  style ext_node_os_d93fe73a fill:#f59e0b,color:#fff
  style ext_node_path_78811c13 fill:#f59e0b,color:#fff
  style ext_node_perf_hooks_906292ff fill:#f59e0b,color:#fff
  style ext_node_process_00cdf119 fill:#f59e0b,color:#fff
  style ext_node_readline_bb6096cc fill:#f59e0b,color:#fff
  style ext_node_url_d0cb3ad7 fill:#f59e0b,color:#fff
  style ext_octokit_plugin_retry_c9aecc53 fill:#f59e0b,color:#fff
  style ext_octokit_plugin_throttling_7909ece3 fill:#f59e0b,color:#fff
  style ext_octokit_request_error_98ae13cc fill:#f59e0b,color:#fff
  style ext_octokit_rest_c6e4d192 fill:#f59e0b,color:#fff
  style ext_picomatch_2ebdbf14 fill:#f59e0b,color:#fff
  style ext_semver_b4039641 fill:#f59e0b,color:#fff
  style ext_sqlite_vec_bae73cf2 fill:#f59e0b,color:#fff
  style ext_typescript_fb9da861 fill:#f59e0b,color:#fff
  style ext_vitest_4c9cfa13 fill:#f59e0b,color:#fff
